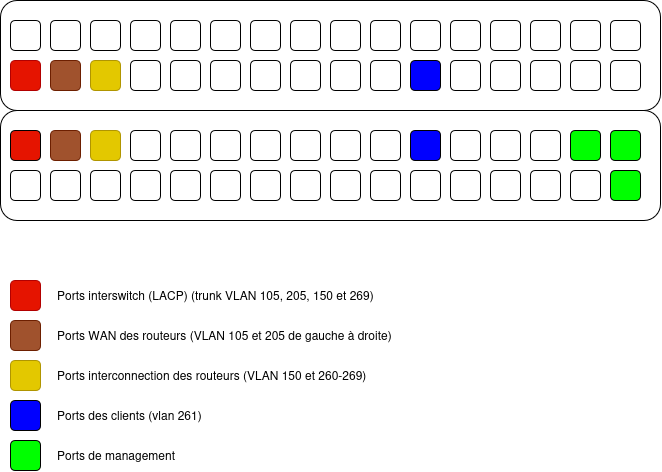
Before: docs/assets/SwitchPhysique.drawio.png, a diagram exported from draw.io (DSISportLudique/SportLudique2Doc). Source tidied: cells renumbered, new cells last; positions are measured from the earlier drawing's top-left corner, leaving out a move shared by most shapes.
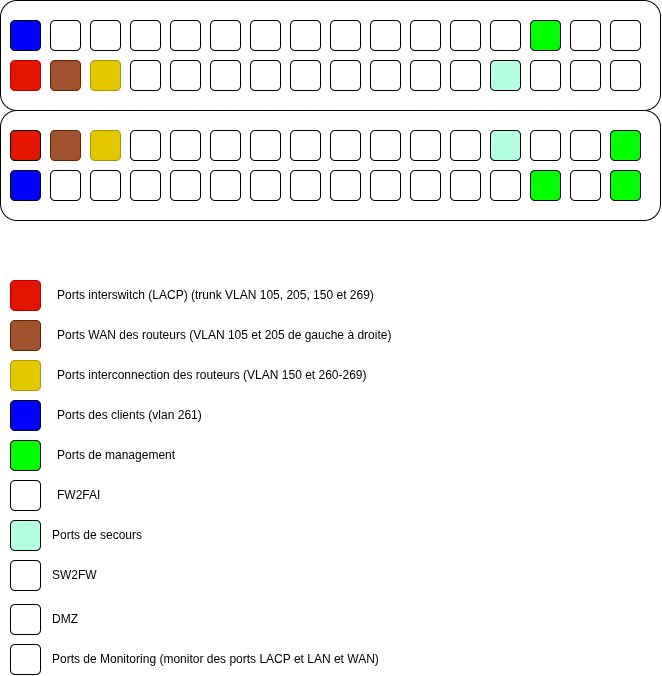
Later version of the same file.

Commit message:
updated layer1 diagram

Change to the diagram source:
```diff
@@ -11,9 +11,6 @@
     <mxCell id="4" style="rounded=1;whiteSpace=wrap;html=1;fillColor=#a0522d;fontColor=#ffffff;strokeColor=#6D1F00;" parent="1" vertex="1">
       <mxGeometry x="50" y="60" width="30" height="30" as="geometry" />
     </mxCell>
-    <mxCell id="5" style="rounded=1;whiteSpace=wrap;html=1;fillColor=light-dark(#0000FF,#0000FF);" parent="1" vertex="1">
-      <mxGeometry x="410" y="60" width="30" height="30" as="geometry" />
-    </mxCell>
     <mxCell id="6" style="rounded=1;whiteSpace=wrap;html=1;" parent="1" vertex="1">
       <mxGeometry x="130" y="20" width="30" height="30" as="geometry" />
     </mxCell>
@@ -68,25 +65,13 @@
     <mxCell id="23" style="rounded=1;whiteSpace=wrap;html=1;" parent="1" vertex="1">
       <mxGeometry x="450" y="60" width="30" height="30" as="geometry" />
     </mxCell>
-    <mxCell id="24" style="rounded=1;whiteSpace=wrap;html=1;" parent="1" vertex="1">
-      <mxGeometry x="490" y="20" width="30" height="30" as="geometry" />
-    </mxCell>
-    <mxCell id="25" style="rounded=1;whiteSpace=wrap;html=1;" parent="1" vertex="1">
-      <mxGeometry x="490" y="60" width="30" height="30" as="geometry" />
-    </mxCell>
-    <mxCell id="26" style="rounded=1;whiteSpace=wrap;html=1;" parent="1" vertex="1">
-      <mxGeometry x="530" y="20" width="30" height="30" as="geometry" />
-    </mxCell>
-    <mxCell id="27" style="rounded=1;whiteSpace=wrap;html=1;" parent="1" vertex="1">
-      <mxGeometry x="530" y="60" width="30" height="30" as="geometry" />
-    </mxCell>
     <mxCell id="28" style="rounded=1;whiteSpace=wrap;html=1;" parent="1" vertex="1">
       <mxGeometry x="570" y="20" width="30" height="30" as="geometry" />
     </mxCell>
     <mxCell id="29" style="rounded=1;whiteSpace=wrap;html=1;" parent="1" vertex="1">
       <mxGeometry x="570" y="60" width="30" height="30" as="geometry" />
     </mxCell>
-    <mxCell id="30" style="rounded=1;whiteSpace=wrap;html=1;" parent="1" vertex="1">
+    <mxCell id="30" style="rounded=1;whiteSpace=wrap;html=1;fillColor=light-dark(#FFFFFF,#CC6600);" parent="1" vertex="1">
       <mxGeometry x="610" y="20" width="30" height="30" as="geometry" />
     </mxCell>
     <mxCell id="31" style="rounded=1;whiteSpace=wrap;html=1;" parent="1" vertex="1">
@@ -98,9 +83,6 @@
     <mxCell id="33" style="rounded=1;whiteSpace=wrap;html=1;fillColor=light-dark(#E3C800,#FFFF00);fontColor=#000000;strokeColor=#B09500;" parent="1" vertex="1">
       <mxGeometry x="90" y="130" width="30" height="30" as="geometry" />
     </mxCell>
-    <mxCell id="34" style="rounded=1;whiteSpace=wrap;html=1;" parent="1" vertex="1">
-      <mxGeometry x="10" y="170" width="30" height="30" as="geometry" />
-    </mxCell>
     <mxCell id="35" style="rounded=1;whiteSpace=wrap;html=1;fillColor=light-dark(#E3C800,#FFFF33);fontColor=#000000;strokeColor=#B09500;" parent="1" vertex="1">
       <mxGeometry x="90" y="60" width="30" height="30" as="geometry" />
     </mxCell>
@@ -161,21 +143,15 @@
     <mxCell id="54" style="rounded=1;whiteSpace=wrap;html=1;" parent="1" vertex="1">
       <mxGeometry x="450" y="170" width="30" height="30" as="geometry" />
     </mxCell>
-    <mxCell id="55" style="rounded=1;whiteSpace=wrap;html=1;" parent="1" vertex="1">
+    <mxCell id="55" style="rounded=1;whiteSpace=wrap;html=1;fillColor=light-dark(#B4FFE0,#999999);" parent="1" vertex="1">
       <mxGeometry x="490" y="130" width="30" height="30" as="geometry" />
     </mxCell>
-    <mxCell id="56" style="rounded=1;whiteSpace=wrap;html=1;" parent="1" vertex="1">
+    <mxCell id="56" style="rounded=1;whiteSpace=wrap;html=1;fillColor=light-dark(#FFFFFF,#66FFFF);" parent="1" vertex="1">
       <mxGeometry x="490" y="170" width="30" height="30" as="geometry" />
     </mxCell>
-    <mxCell id="57" style="rounded=1;whiteSpace=wrap;html=1;" parent="1" vertex="1">
+    <mxCell id="57" style="rounded=1;whiteSpace=wrap;html=1;fillStyle=solid;fillColor=light-dark(#FFFFFF,#7F00FF);" parent="1" vertex="1">
       <mxGeometry x="530" y="130" width="30" height="30" as="geometry" />
     </mxCell>
-    <mxCell id="58" style="rounded=1;whiteSpace=wrap;html=1;" parent="1" vertex="1">
-      <mxGeometry x="530" y="170" width="30" height="30" as="geometry" />
-    </mxCell>
-    <mxCell id="59" style="rounded=1;whiteSpace=wrap;html=1;fillColor=light-dark(#00FF00,#00FF00);gradientColor=none;gradientDirection=north;" parent="1" vertex="1">
-      <mxGeometry x="570" y="130" width="30" height="30" as="geometry" />
-    </mxCell>
     <mxCell id="60" style="rounded=1;whiteSpace=wrap;html=1;" parent="1" vertex="1">
       <mxGeometry x="570" y="170" width="30" height="30" as="geometry" />
     </mxCell>
@@ -200,18 +176,9 @@
     <mxCell id="67" value="Ports de management" style="text;html=1;whiteSpace=wrap;strokeColor=none;fillColor=none;align=left;verticalAlign=middle;rounded=0;" parent="1" vertex="1">
       <mxGeometry x="55" y="440" width="410" height="30" as="geometry" />
     </mxCell>
-    <mxCell id="68" style="rounded=1;whiteSpace=wrap;html=1;fillColor=light-dark(#0000FF,#0000FF);" parent="1" vertex="1">
-      <mxGeometry x="410" y="130" width="30" height="30" as="geometry" />
-    </mxCell>
-    <mxCell id="69" style="rounded=1;whiteSpace=wrap;html=1;fillColor=light-dark(#00FF00,#00FF00);gradientColor=none;gradientDirection=north;" parent="1" vertex="1">
+    <mxCell id="69" style="rounded=1;whiteSpace=wrap;html=1;fillColor=light-dark(#00FF00,#F242FF);gradientColor=none;gradientDirection=north;" parent="1" vertex="1">
       <mxGeometry x="610" y="130" width="30" height="30" as="geometry" />
     </mxCell>
-    <mxCell id="70" style="rounded=1;whiteSpace=wrap;html=1;fillColor=light-dark(#00FF00,#00FF00);gradientColor=none;gradientDirection=north;" parent="1" vertex="1">
-      <mxGeometry x="610" y="170" width="30" height="30" as="geometry" />
-    </mxCell>
-    <mxCell id="71" style="rounded=1;whiteSpace=wrap;html=1;fillColor=light-dark(#00FF00,#00FF00);gradientColor=none;gradientDirection=north;" parent="1" vertex="1">
-      <mxGeometry x="10" y="440" width="30" height="30" as="geometry" />
-    </mxCell>
     <mxCell id="72" style="rounded=1;whiteSpace=wrap;html=1;fillColor=light-dark(#0000FF,#0000FF);" parent="1" vertex="1">
       <mxGeometry x="10" y="400" width="30" height="30" as="geometry" />
     </mxCell>
@@ -224,11 +191,74 @@
     <mxCell id="75" style="rounded=1;whiteSpace=wrap;html=1;fillColor=#a0522d;fontColor=#ffffff;strokeColor=#6D1F00;" parent="1" vertex="1">
       <mxGeometry x="50" y="130" width="30" height="30" as="geometry" />
     </mxCell>
-    <mxCell id="76" style="rounded=1;whiteSpace=wrap;html=1;" parent="1" vertex="1">
-      <mxGeometry x="10" y="20" width="30" height="30" as="geometry" />
-    </mxCell>
     <mxCell id="77" style="rounded=1;whiteSpace=wrap;html=1;" parent="1" vertex="1">
       <mxGeometry x="50" y="20" width="30" height="30" as="geometry" />
     </mxCell>
+    <mxCell id="78" style="rounded=1;whiteSpace=wrap;html=1;fillColor=light-dark(#0000FF,#0000FF);" parent="1" vertex="1">
+      <mxGeometry x="10" y="20" width="30" height="30" as="geometry" />
+    </mxCell>
+    <mxCell id="79" style="rounded=1;whiteSpace=wrap;html=1;fillColor=light-dark(#0000FF,#0000FF);" parent="1" vertex="1">
+      <mxGeometry x="10" y="170" width="30" height="30" as="geometry" />
+    </mxCell>
+    <mxCell id="80" style="rounded=1;whiteSpace=wrap;html=1;" parent="1" vertex="1">
+      <mxGeometry x="410" y="60" width="30" height="30" as="geometry" />
+    </mxCell>
+    <mxCell id="81" style="rounded=1;whiteSpace=wrap;html=1;" parent="1" vertex="1">
+      <mxGeometry x="410" y="130" width="30" height="30" as="geometry" />
+    </mxCell>
+    <mxCell id="82" style="rounded=1;whiteSpace=wrap;html=1;" parent="1" vertex="1">
+      <mxGeometry x="570" y="130" width="30" height="30" as="geometry" />
+    </mxCell>
+    <mxCell id="83" style="rounded=1;whiteSpace=wrap;html=1;fillStyle=solid;fillColor=light-dark(#FFFFFF,#7F00FF);" parent="1" vertex="1">
+      <mxGeometry x="530" y="60" width="30" height="30" as="geometry" />
+    </mxCell>
+    <mxCell id="84" style="rounded=1;whiteSpace=wrap;html=1;fillColor=light-dark(#B4FFE0,#999999);" parent="1" vertex="1">
+      <mxGeometry x="490" y="60" width="30" height="30" as="geometry" />
+    </mxCell>
+    <mxCell id="85" style="rounded=1;whiteSpace=wrap;html=1;fillColor=light-dark(#FFFFFF,#66FFFF);" parent="1" vertex="1">
+      <mxGeometry x="490" y="20" width="30" height="30" as="geometry" />
+    </mxCell>
+    <mxCell id="86" style="rounded=1;whiteSpace=wrap;html=1;fillColor=light-dark(#FFFFFF,#66FFFF);" parent="1" vertex="1">
+      <mxGeometry x="10" y="480" width="30" height="30" as="geometry" />
+    </mxCell>
+    <mxCell id="87" style="rounded=1;whiteSpace=wrap;html=1;fillStyle=solid;fillColor=light-dark(#FFFFFF,#7F00FF);" parent="1" vertex="1">
+      <mxGeometry x="10" y="560" width="30" height="30" as="geometry" />
+    </mxCell>
+    <mxCell id="88" style="rounded=1;whiteSpace=wrap;html=1;fillColor=light-dark(#B4FFE0,#999999);" parent="1" vertex="1">
+      <mxGeometry x="10" y="520" width="30" height="30" as="geometry" />
+    </mxCell>
+    <mxCell id="89" value="FW2FAI" style="text;html=1;whiteSpace=wrap;strokeColor=none;fillColor=none;align=left;verticalAlign=middle;rounded=0;" parent="1" vertex="1">
+      <mxGeometry x="55" y="480" width="410" height="30" as="geometry" />
+    </mxCell>
+    <mxCell id="90" style="rounded=1;whiteSpace=wrap;html=1;fillColor=light-dark(#00FF00,#F242FF);gradientColor=none;gradientDirection=north;" parent="1" vertex="1">
+      <mxGeometry x="610" y="170" width="30" height="30" as="geometry" />
+    </mxCell>
+    <mxCell id="91" style="rounded=1;whiteSpace=wrap;html=1;fillColor=light-dark(#00FF00,#F242FF);gradientColor=none;gradientDirection=north;" parent="1" vertex="1">
+      <mxGeometry x="10" y="440" width="30" height="30" as="geometry" />
+    </mxCell>
+    <mxCell id="92" style="rounded=1;whiteSpace=wrap;html=1;fillColor=light-dark(#00FF00,#F242FF);gradientColor=none;gradientDirection=north;" parent="1" vertex="1">
+      <mxGeometry x="530" y="170" width="30" height="30" as="geometry" />
+    </mxCell>
+    <mxCell id="93" style="rounded=1;whiteSpace=wrap;html=1;fillColor=light-dark(#00FF00,#F242FF);gradientColor=none;gradientDirection=north;" parent="1" vertex="1">
+      <mxGeometry x="530" y="20" width="30" height="30" as="geometry" />
+    </mxCell>
+    <mxCell id="94" style="rounded=1;whiteSpace=wrap;html=1;fillColor=light-dark(#FFFFFF,#CC6600);" parent="1" vertex="1">
+      <mxGeometry x="10" y="644" width="30" height="30" as="geometry" />
+    </mxCell>
+    <mxCell id="95" value="Ports de secours" style="text;html=1;whiteSpace=wrap;strokeColor=none;fillColor=none;align=left;verticalAlign=middle;rounded=0;" parent="1" vertex="1">
+      <mxGeometry x="50" y="520" width="410" height="30" as="geometry" />
+    </mxCell>
+    <mxCell id="96" value="SW2FW" style="text;html=1;whiteSpace=wrap;strokeColor=none;fillColor=none;align=left;verticalAlign=middle;rounded=0;" parent="1" vertex="1">
+      <mxGeometry x="50" y="560" width="410" height="30" as="geometry" />
+    </mxCell>
+    <mxCell id="97" value="Ports de Monitoring (monitor des ports LACP et LAN et WAN)" style="text;html=1;whiteSpace=wrap;strokeColor=none;fillColor=none;align=left;verticalAlign=middle;rounded=0;" parent="1" vertex="1">
+      <mxGeometry x="50" y="644" width="410" height="30" as="geometry" />
+    </mxCell>
+    <mxCell id="98" style="rounded=1;whiteSpace=wrap;html=1;fillColor=light-dark(#FFFFFF,#9EFF4D);" parent="1" vertex="1">
+      <mxGeometry x="10" y="604" width="30" height="30" as="geometry" />
+    </mxCell>
+    <mxCell id="99" value="DMZ" style="text;html=1;whiteSpace=wrap;strokeColor=none;fillColor=none;align=left;verticalAlign=middle;rounded=0;" parent="1" vertex="1">
+      <mxGeometry x="50" y="604" width="410" height="30" as="geometry" />
+    </mxCell>
   </root>
 </mxGraphModel>
```
